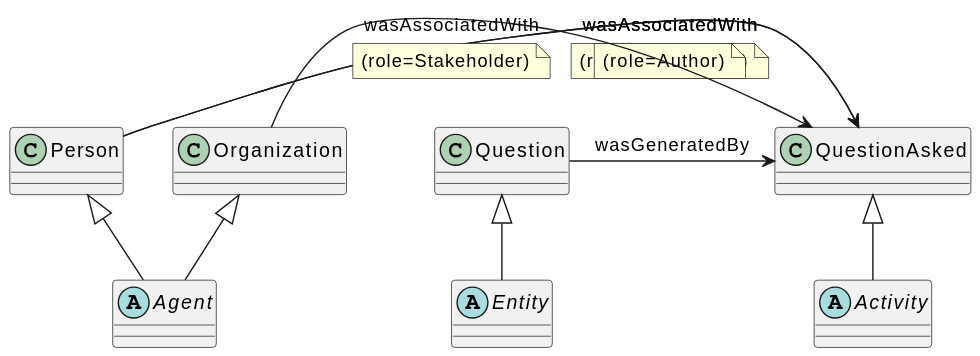
Before: docs/docs/diagrams/out/revision_as_prov_dark.svg, a diagram exported from PlantUML (chronicleworks/chronicle). Source of this version:
```plantuml
@startuml
abstract Entity
abstract Agent
abstract Activity

Question <|-- Entity
Person <|-- Agent
Organization <|-- Agent
QuestionAsked <|-- Activity

Person -> QuestionAsked : wasAssociatedWith
note on link: (role=Stakeholder)
Organization -> QuestionAsked : wasAssociatedWith
note on link: (role=Stakeholder)
Person -> QuestionAsked : wasAssociatedWith
note on link: (role=Author)
Question -> QuestionAsked : wasGeneratedBy
@enduml
```
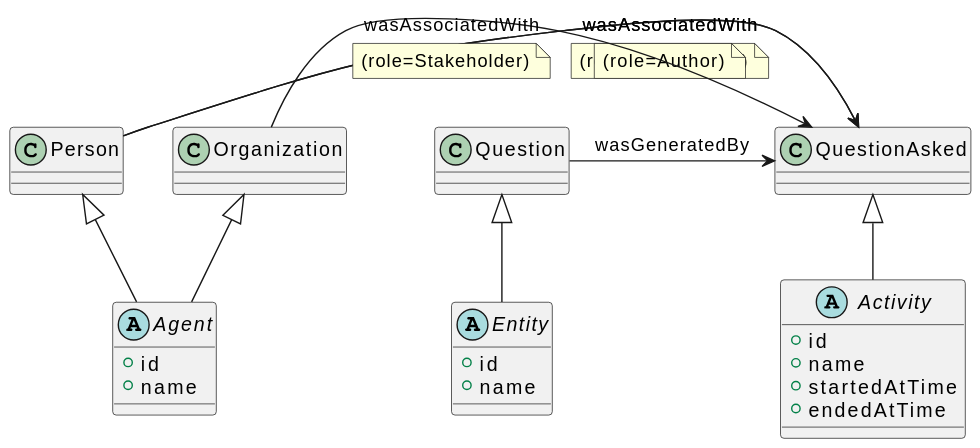
After the change.

Diff of the diagram source:
```diff
@@ -1,7 +1,21 @@
 @startuml
-abstract Entity
-abstract Agent
-abstract Activity
+abstract Agent {
++ id
++ name
+}
+
+abstract Activity {
++ id
++ name
++ startedAtTime
++ endedAtTime
+}
+
+abstract Entity {
++ id
++ name
+}
+
 
 Question <|-- Entity
 Person <|-- Agent
```
